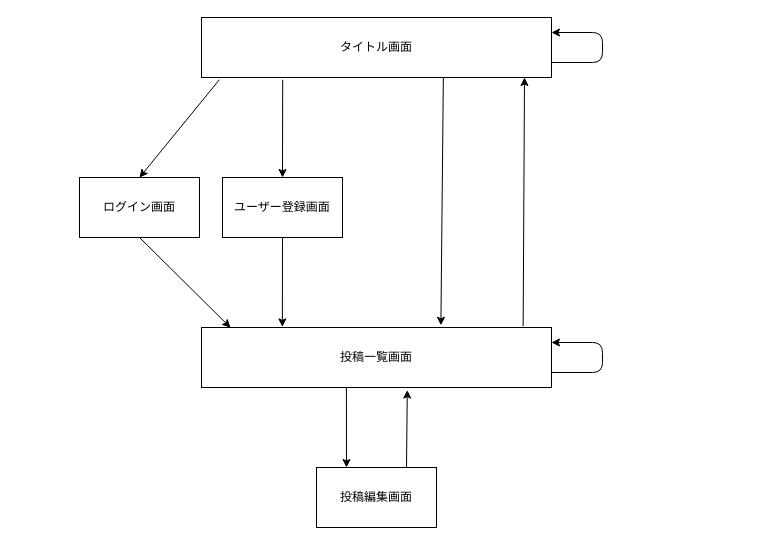
Earlier version of the draw.io diagram docs/13-3/post-screen-flow.drawio (basstuba/post-app-practice). Source tidied: cells renumbered, new cells numbered last; positions are measured from the earlier drawing's top-left corner, leaving out a move shared by most shapes. Both pictures are drawn from the tidied source at 100%, with x=0, y=0 at pixel (79, 17).
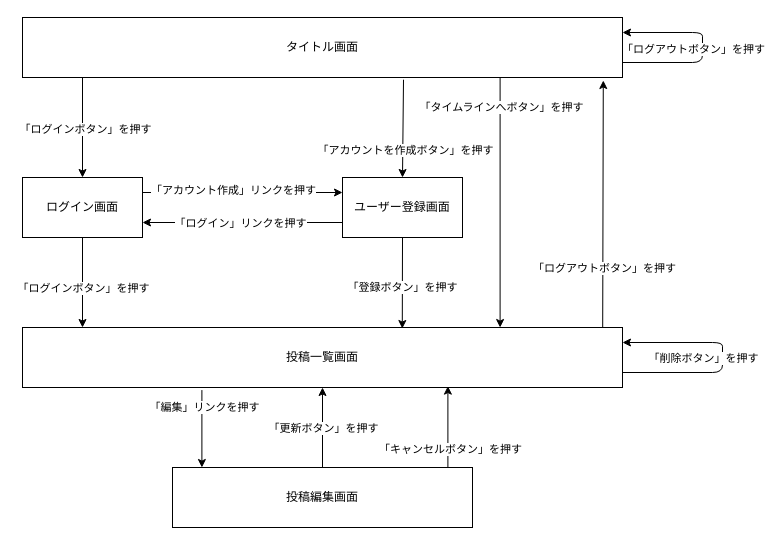
The same page after the edit.

Commit message (it also covers changes not shown here):
tutorial13-3: 投稿アプリ画面遷移図作成

Diff of the diagram source:
```diff
@@
-<mxGraphModel>
+<mxGraphModel background="#ffffff">
@@
-    <mxCell id="2" style="edgeStyle=none;html=1;exitX=0.691;exitY=0.997;exitDx=0;exitDy=0;entryX=0.684;entryY=-0.037;entryDx=0;entryDy=0;exitPerimeter=0;entryPerimeter=0;" parent="1" edge="1" source="6" target="13">
+    <mxCell id="2" style="edgeStyle=none;html=1;exitX=0.796;exitY=0.997;exitDx=0;exitDy=0;entryX=0.796;entryY=0;entryDx=0;entryDy=0;exitPerimeter=0;entryPerimeter=0;" parent="1" edge="1" source="6" target="13">
       <mxGeometry relative="1" as="geometry" />
     </mxCell>
+    <mxCell id="17" value="「タイムラインへボタン」を押す" style="edgeLabel;html=1;align=center;verticalAlign=middle;" parent="2" vertex="1">
+      <mxGeometry x="0.07" y="1" relative="1" as="geometry">
+        <mxPoint y="-104" as="offset" />
+      </mxGeometry>
+    </mxCell>
-    <mxCell id="3" style="edgeStyle=none;html=1;entryX=0.5;entryY=0;entryDx=0;entryDy=0;exitX=0.051;exitY=1.037;exitDx=0;exitDy=0;exitPerimeter=0;" parent="1" edge="1" source="6" target="8">
-      <mxGeometry relative="1" as="geometry" />
+    <mxCell id="3" style="edgeStyle=none;html=1;entryX=0.5;entryY=0;entryDx=0;entryDy=0;" parent="1" edge="1" target="8">
+      <mxGeometry relative="1" as="geometry">
+        <mxPoint x="3" y="60" as="sourcePoint" />
+      </mxGeometry>
     </mxCell>
+    <mxCell id="18" value="「ログインボタン」を押す" style="edgeLabel;html=1;align=center;verticalAlign=middle;" parent="3" vertex="1">
+      <mxGeometry x="0.02" y="2" relative="1" as="geometry" />
+    </mxCell>
-    <mxCell id="4" style="edgeStyle=none;html=1;exitX=0.232;exitY=1.037;exitDx=0;exitDy=0;entryX=0.5;entryY=0;entryDx=0;entryDy=0;exitPerimeter=0;" parent="1" edge="1" source="6" target="10">
+    <mxCell id="4" style="edgeStyle=none;html=1;exitX=0.635;exitY=1.037;exitDx=0;exitDy=0;entryX=0.5;entryY=0;entryDx=0;entryDy=0;exitPerimeter=0;" parent="1" edge="1" source="6" target="10">
       <mxGeometry relative="1" as="geometry" />
     </mxCell>
+    <mxCell id="19" value="「アカウントを作成ボタン」を押す" style="edgeLabel;html=1;align=center;verticalAlign=middle;" parent="4" vertex="1">
+      <mxGeometry x="0.03" y="2" relative="1" as="geometry">
+        <mxPoint y="20" as="offset" />
+      </mxGeometry>
+    </mxCell>
     <mxCell id="5" style="edgeStyle=none;html=1;exitX=1;exitY=0.75;exitDx=0;exitDy=0;entryX=1;entryY=0.25;entryDx=0;entryDy=0;" parent="1" edge="1" source="6" target="6">
       <mxGeometry relative="1" as="geometry">
         <Array as="points">
-          <mxPoint x="523" y="45" />
-          <mxPoint x="523" y="15" />
+          <mxPoint x="623" y="45" />
+          <mxPoint x="623" y="30" />
+          <mxPoint x="623" y="15" />
         </Array>
       </mxGeometry>
     </mxCell>
+    <mxCell id="20" value="「ログアウトボタン」を押す" style="edgeLabel;html=1;align=center;verticalAlign=middle;" parent="5" vertex="1">
+      <mxGeometry x="0.01" y="1" relative="1" as="geometry">
+        <mxPoint x="-9" y="2" as="offset" />
+      </mxGeometry>
+    </mxCell>
     <mxCell id="6" value="タイトル画面" style="rounded=0;whiteSpace=wrap;html=1;" parent="1" vertex="1">
-      <mxGeometry x="122" width="350" height="60" as="geometry" />
+      <mxGeometry x="-57" width="600" height="60" as="geometry" />
     </mxCell>
-    <mxCell id="7" style="edgeStyle=none;html=1;exitX=0.5;exitY=1;exitDx=0;exitDy=0;entryX=0.083;entryY=0.003;entryDx=0;entryDy=0;entryPerimeter=0;" parent="1" edge="1" source="8" target="13">
+    <mxCell id="7" style="edgeStyle=none;html=1;exitX=0.5;exitY=1;exitDx=0;exitDy=0;entryX=0.1;entryY=0;entryDx=0;entryDy=0;entryPerimeter=0;" parent="1" edge="1" source="8" target="13">
       <mxGeometry relative="1" as="geometry" />
     </mxCell>
+    <mxCell id="21" value="「ログインボタン」を押す" style="edgeLabel;html=1;align=center;verticalAlign=middle;" parent="7" vertex="1">
+      <mxGeometry x="0.1" relative="1" as="geometry" />
+    </mxCell>
+    <mxCell id="22" style="edgeStyle=none;html=1;exitX=1;exitY=0.25;exitDx=0;exitDy=0;entryX=0;entryY=0.25;entryDx=0;entryDy=0;" parent="1" edge="1" source="8" target="10">
+      <mxGeometry relative="1" as="geometry" />
+    </mxCell>
+    <mxCell id="23" value="「アカウント作成」リンクを押す" style="edgeLabel;html=1;align=center;verticalAlign=middle;" parent="22" vertex="1">
+      <mxGeometry x="-0.43" y="3" relative="1" as="geometry">
+        <mxPoint x="33" as="offset" />
+      </mxGeometry>
+    </mxCell>
     <mxCell id="8" value="ログイン画面" style="rounded=0;whiteSpace=wrap;html=1;" parent="1" vertex="1">
-      <mxGeometry y="160" width="120" height="60" as="geometry" />
+      <mxGeometry x="-57" y="160" width="120" height="60" as="geometry" />
     </mxCell>
-    <mxCell id="9" style="edgeStyle=none;html=1;exitX=0.5;exitY=1;exitDx=0;exitDy=0;entryX=0.231;entryY=-0.01;entryDx=0;entryDy=0;entryPerimeter=0;" parent="1" edge="1" source="10" target="13">
+    <mxCell id="9" style="edgeStyle=none;html=1;exitX=0.5;exitY=1;exitDx=0;exitDy=0;entryX=0.633;entryY=0.017;entryDx=0;entryDy=0;entryPerimeter=0;" parent="1" edge="1" source="10" target="13">
       <mxGeometry relative="1" as="geometry" />
     </mxCell>
+    <mxCell id="24" value="「登録ボタン」を押す" style="edgeLabel;html=1;align=center;verticalAlign=middle;" parent="9" vertex="1">
+      <mxGeometry x="0.09" relative="1" as="geometry" />
+    </mxCell>
+    <mxCell id="25" style="edgeStyle=none;html=1;exitX=0;exitY=0.75;exitDx=0;exitDy=0;entryX=1;entryY=0.75;entryDx=0;entryDy=0;" parent="1" edge="1" source="10" target="8">
+      <mxGeometry relative="1" as="geometry" />
+    </mxCell>
+    <mxCell id="26" value="「ログイン」リンクを押す" style="edgeLabel;html=1;align=center;verticalAlign=middle;" parent="25" vertex="1">
+      <mxGeometry x="0.31" relative="1" as="geometry">
+        <mxPoint x="28" as="offset" />
+      </mxGeometry>
+    </mxCell>
     <mxCell id="10" value="ユーザー登録画面" style="rounded=0;whiteSpace=wrap;html=1;" parent="1" vertex="1">
-      <mxGeometry x="143" y="160" width="120" height="60" as="geometry" />
+      <mxGeometry x="263" y="160" width="120" height="60" as="geometry" />
     </mxCell>
-    <mxCell id="11" style="edgeStyle=none;html=1;exitX=0.414;exitY=0.963;exitDx=0;exitDy=0;exitPerimeter=0;entryX=0.25;entryY=0;entryDx=0;entryDy=0;" parent="1" edge="1" source="13" target="15">
+    <mxCell id="11" style="edgeStyle=none;html=1;exitX=0.299;exitY=1.043;exitDx=0;exitDy=0;exitPerimeter=0;entryX=0.098;entryY=0;entryDx=0;entryDy=0;entryPerimeter=0;" parent="1" edge="1" source="13" target="15">
       <mxGeometry relative="1" as="geometry" />
     </mxCell>
+    <mxCell id="27" value="「編集」リンクを押す" style="edgeLabel;html=1;align=center;verticalAlign=middle;" parent="11" vertex="1">
+      <mxGeometry x="-0.01" y="2" relative="1" as="geometry">
+        <mxPoint y="-21" as="offset" />
+      </mxGeometry>
+    </mxCell>
     <mxCell id="12" style="edgeStyle=none;html=1;exitX=1;exitY=0.75;exitDx=0;exitDy=0;entryX=1;entryY=0.25;entryDx=0;entryDy=0;" parent="1" edge="1" source="13" target="13">
       <mxGeometry relative="1" as="geometry">
         <Array as="points">
-          <mxPoint x="523" y="355" />
-          <mxPoint x="523" y="325" />
+          <mxPoint x="643" y="355" />
+          <mxPoint x="643" y="340" />
+          <mxPoint x="643" y="325" />
         </Array>
       </mxGeometry>
     </mxCell>
+    <mxCell id="28" value="「削除ボタン」を押す" style="edgeLabel;html=1;align=center;verticalAlign=middle;" parent="12" vertex="1">
+      <mxGeometry x="0.04" relative="1" as="geometry">
+        <mxPoint x="-20" y="5" as="offset" />
+      </mxGeometry>
+    </mxCell>
     <mxCell id="13" value="投稿一覧画面" style="rounded=0;whiteSpace=wrap;html=1;" parent="1" vertex="1">
-      <mxGeometry x="122" y="310" width="350" height="60" as="geometry" />
+      <mxGeometry x="-57" y="310" width="600" height="60" as="geometry" />
     </mxCell>
-    <mxCell id="14" style="edgeStyle=none;html=1;exitX=0.75;exitY=0;exitDx=0;exitDy=0;entryX=0.588;entryY=1.043;entryDx=0;entryDy=0;entryPerimeter=0;" parent="1" edge="1" source="15" target="13">
+    <mxCell id="14" style="edgeStyle=none;html=1;exitX=0.5;exitY=0;exitDx=0;exitDy=0;entryX=0.5;entryY=1;entryDx=0;entryDy=0;" parent="1" edge="1" source="15" target="13">
       <mxGeometry relative="1" as="geometry" />
     </mxCell>
+    <mxCell id="29" value="「更新ボタン」を押す" style="edgeLabel;html=1;align=center;verticalAlign=middle;" parent="14" vertex="1">
+      <mxGeometry x="0.07" y="-1" relative="1" as="geometry">
+        <mxPoint x="-1" y="3" as="offset" />
+      </mxGeometry>
+    </mxCell>
+    <mxCell id="30" style="edgeStyle=none;html=1;exitX=0.918;exitY=0;exitDx=0;exitDy=0;entryX=0.709;entryY=0.977;entryDx=0;entryDy=0;exitPerimeter=0;entryPerimeter=0;" parent="1" edge="1" source="15" target="13">
+      <mxGeometry relative="1" as="geometry" />
+    </mxCell>
+    <mxCell id="31" value="「キャンセルボタン」を押す" style="edgeLabel;html=1;align=center;verticalAlign=middle;" parent="30" vertex="1">
+      <mxGeometry x="-0.4" y="-2" relative="1" as="geometry">
+        <mxPoint y="5" as="offset" />
+      </mxGeometry>
+    </mxCell>
     <mxCell id="15" value="投稿編集画面" style="rounded=0;whiteSpace=wrap;html=1;" parent="1" vertex="1">
-      <mxGeometry x="237" y="450" width="120" height="60" as="geometry" />
+      <mxGeometry x="93" y="450" width="300" height="60" as="geometry" />
     </mxCell>
-    <mxCell id="16" style="edgeStyle=none;html=1;exitX=0.919;exitY=-0.023;exitDx=0;exitDy=0;exitPerimeter=0;" parent="1" edge="1" source="13">
-      <mxGeometry relative="1" as="geometry">
-        <mxPoint x="445" y="60" as="targetPoint" />
-      </mxGeometry>
+    <mxCell id="16" style="edgeStyle=none;html=1;exitX=0.967;exitY=0;exitDx=0;exitDy=0;exitPerimeter=0;entryX=0.968;entryY=1.05;entryDx=0;entryDy=0;entryPerimeter=0;" parent="1" edge="1" source="13" target="6">
+      <mxGeometry relative="1" as="geometry" />
     </mxCell>
+    <mxCell id="32" value="「ログアウトボタン」を押す" style="edgeLabel;html=1;align=center;verticalAlign=middle;" parent="16" vertex="1">
+      <mxGeometry x="-0.33" y="-1" relative="1" as="geometry">
+        <mxPoint y="23" as="offset" />
+      </mxGeometry>
+    </mxCell>
```
